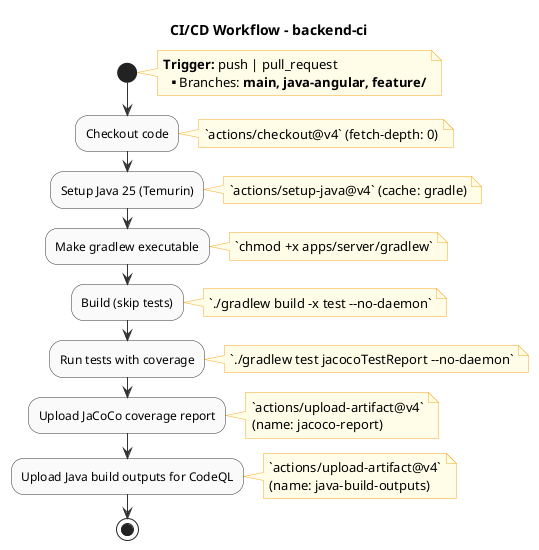
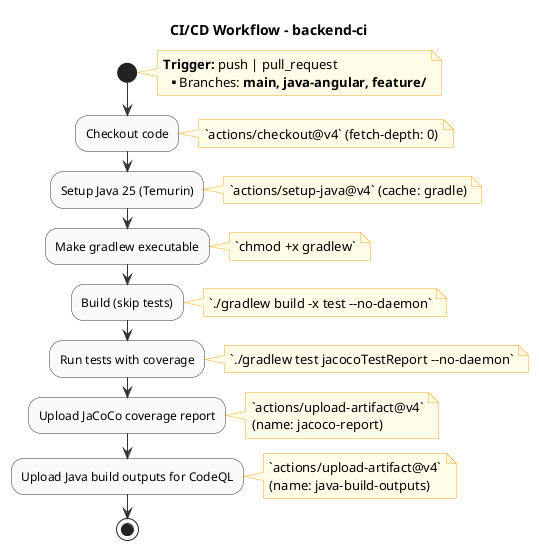
@startuml cicd-backend-ci
!pragma activityFlow
skinparam activityBackgroundColor #FAFAFA
skinparam activityBorderColor #333333
skinparam activityDiamondBackgroundColor #F0F0F0
skinparam activityDiamondBorderColor #333333
skinparam arrowColor #333333
skinparam noteBackgroundColor #FFFDE7
skinparam noteBorderColor #F9A825
skinparam packageStyle rectangle

title CI/CD Workflow - backend-ci

|#palegreen|**Workflow: backend-ci.yml**|
start
note right
**Trigger:** push | pull_request
**Branches:** main, java-angular, feature/**
end note

:Checkout code;
note right: `actions/checkout@v4` (fetch-depth: 0)

:Setup Java 25 (Temurin);
note right: `actions/setup-java@v4` (cache: gradle)

:Make gradlew executable;
- note right: `chmod +x apps/server/gradlew`
+ note right: `chmod +x gradlew`

:Build (skip tests);
note right: `./gradlew build -x test --no-daemon`

:Run tests with coverage;
note right: `./gradlew test jacocoTestReport --no-daemon`

:Upload JaCoCo coverage report;
note right
`actions/upload-artifact@v4`
(name: jacoco-report)
end note

:Upload Java build outputs for CodeQL;
note right
`actions/upload-artifact@v4`
(name: java-build-outputs)
end note

stop
@enduml
